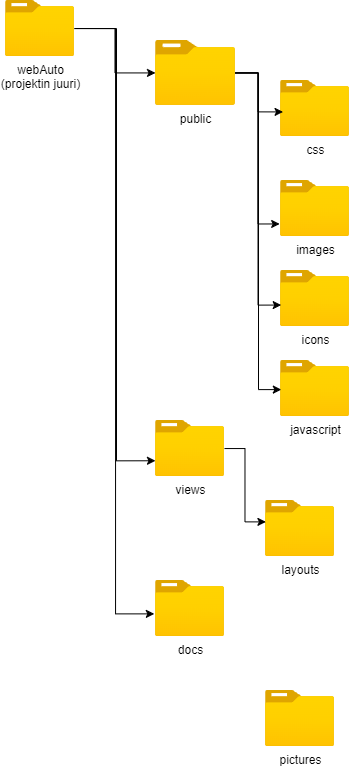
Earlier version of the draw.io export pictures/kansiorakenne.png (ElinaSa/WebAuto). Source tidied: cells renumbered, new cells last; positions are measured from the earlier drawing's top-left corner, leaving out a move shared by most shapes.
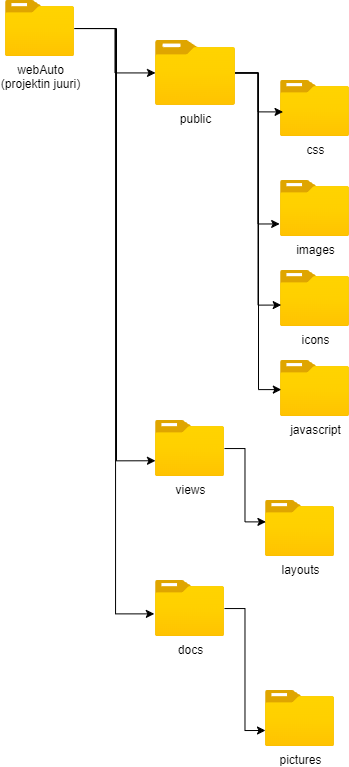
After the change.

Change to the diagram source:
```diff
@@ -73,5 +73,8 @@
     <mxCell id="19" style="edgeStyle=orthogonalEdgeStyle;rounded=0;jettySize=auto;html=1;entryX=0.01;entryY=0.617;entryDx=0;entryDy=0;entryPerimeter=0;" parent="1" edge="1" source="4" target="13">
       <mxGeometry relative="1" as="geometry" />
     </mxCell>
+    <mxCell id="20" style="edgeStyle=orthogonalEdgeStyle;rounded=0;jettySize=auto;html=1;entryX=0;entryY=0.714;entryDx=0;entryDy=0;entryPerimeter=0;" parent="1" edge="1" source="8" target="9">
+      <mxGeometry relative="1" as="geometry" />
+    </mxCell>
   </root>
 </mxGraphModel>
```
